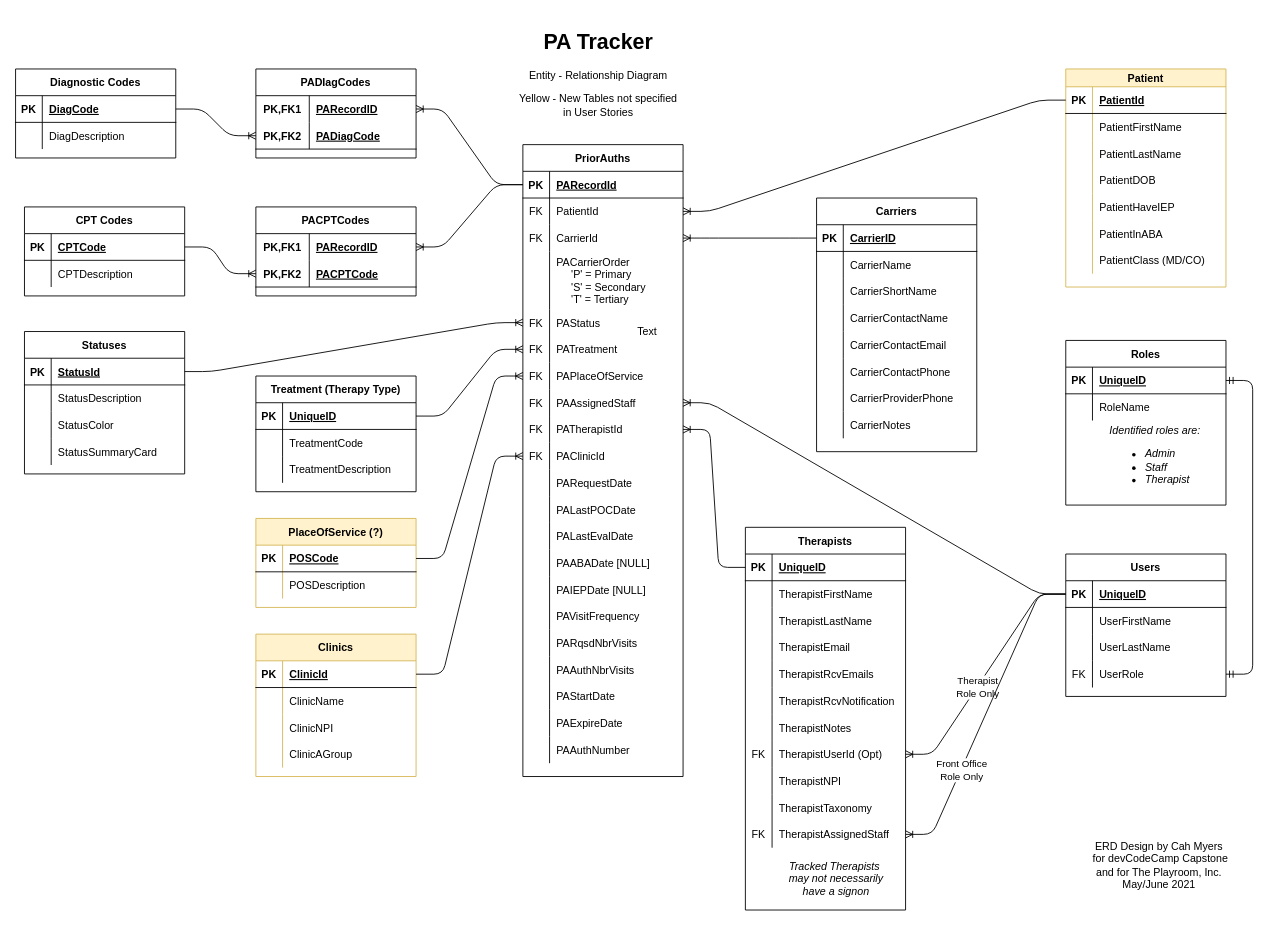
Earlier version of the draw.io diagram PA_Tracker_Db.drawio (cashmy/PA_Backend). Source tidied: cells renumbered, new cells numbered last; positions are measured from the earlier drawing's top-left corner, leaving out a move shared by most shapes. Both pictures are drawn from the tidied source at 89%, with x=0, y=0 at pixel (15, 24).
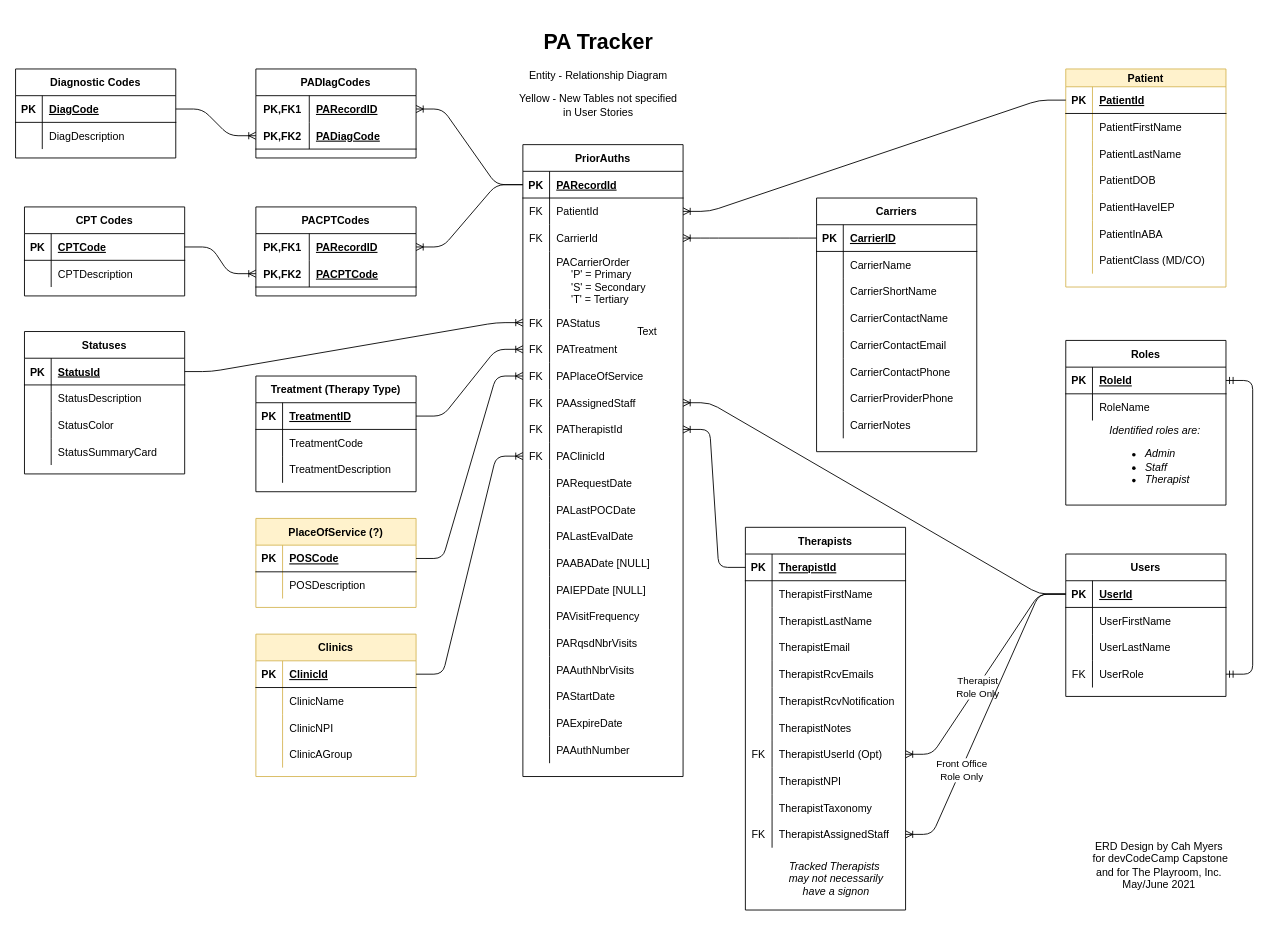
The same page after the edit.

The change refers to these unchanged cells:
```xml
<mxCell id="17" style="shape=partialRectangle;fillColor=none;top=0;left=0;bottom=1;right=0;points=[[0,0.5],[1,0.5]];portConstraint=eastwest;" parent="16" vertex="1">
  <mxGeometry y="30" width="180" height="30" as="geometry" />
</mxCell>
<mxCell id="94" style="shape=partialRectangle;fillColor=none;top=0;left=0;bottom=1;right=0;points=[[0,0.5],[1,0.5]];portConstraint=eastwest;" parent="93" vertex="1">
  <mxGeometry y="30" width="180" height="30" as="geometry" />
</mxCell>
<mxCell id="199" style="shape=partialRectangle;fillColor=none;top=0;left=0;bottom=1;right=0;points=[[0,0.5],[1,0.5]];portConstraint=eastwest;" parent="198" vertex="1">
  <mxGeometry y="30" width="180" height="30" as="geometry" />
</mxCell>
<mxCell id="221" style="shape=partialRectangle;fillColor=none;top=0;left=0;bottom=1;right=0;points=[[0,0.5],[1,0.5]];portConstraint=eastwest;" parent="220" vertex="1">
  <mxGeometry y="30" width="180" height="30" as="geometry" />
</mxCell>
```

Change to the diagram source:
```diff
@@
-    <mxCell id="19" value="UniqueID" style="shape=partialRectangle;fillColor=none;top=0;left=0;bottom=0;right=0;align=left;spacingLeft=6;fontStyle=5;overflow=hidden;" parent="17" vertex="1">
+    <mxCell id="19" value="TreatmentID" style="shape=partialRectangle;fillColor=none;top=0;left=0;bottom=0;right=0;align=left;spacingLeft=6;fontStyle=5;overflow=hidden;" parent="17" vertex="1">
       <mxGeometry x="30" width="150" height="30" as="geometry" />
     </mxCell>
@@
-    <mxCell id="96" value="UniqueID" style="shape=partialRectangle;fillColor=none;top=0;left=0;bottom=0;right=0;align=left;spacingLeft=6;fontStyle=5;overflow=hidden;" parent="94" vertex="1">
+    <mxCell id="96" value="UserId" style="shape=partialRectangle;fillColor=none;top=0;left=0;bottom=0;right=0;align=left;spacingLeft=6;fontStyle=5;overflow=hidden;" parent="94" vertex="1">
       <mxGeometry x="30" width="150" height="30" as="geometry" />
     </mxCell>
@@
-    <mxCell id="201" value="UniqueID" style="shape=partialRectangle;fillColor=none;top=0;left=0;bottom=0;right=0;align=left;spacingLeft=6;fontStyle=5;overflow=hidden;" parent="199" vertex="1">
+    <mxCell id="201" value="RoleId" style="shape=partialRectangle;fillColor=none;top=0;left=0;bottom=0;right=0;align=left;spacingLeft=6;fontStyle=5;overflow=hidden;" parent="199" vertex="1">
       <mxGeometry x="30" width="150" height="30" as="geometry" />
     </mxCell>
@@
-    <mxCell id="223" value="UniqueID" style="shape=partialRectangle;fillColor=none;top=0;left=0;bottom=0;right=0;align=left;spacingLeft=6;fontStyle=5;overflow=hidden;" parent="221" vertex="1">
+    <mxCell id="223" value="TherapistId" style="shape=partialRectangle;fillColor=none;top=0;left=0;bottom=0;right=0;align=left;spacingLeft=6;fontStyle=5;overflow=hidden;" parent="221" vertex="1">
       <mxGeometry x="30" width="150" height="30" as="geometry" />
     </mxCell>
```
